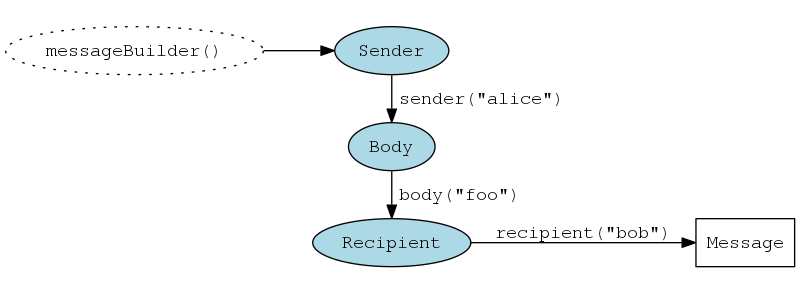
Above: dot/graph.png in jbock-java/zerobuilder (Graphviz), before the change. Its source is kept beside it as dot/graph.dot. Source of this version:
```dot
digraph G {
  rankdir = LR;
  graph [fontname = "courier"];
  node [fontname = "courier"];
  edge [fontname = "courier"];
  messageBuilder [label="messageBuilder()", shape=ellipse, style=dotted]
  Message [shape=box]
  subgraph cluster_chain {
    style=filled
    color=white
    Sender [style=filled, fillcolor=lightblue]
    Body [style=filled, fillcolor=lightblue]
    Recipient [style=filled, fillcolor=lightblue]
    edge[constraint = false]
    Sender -> Body    [label = "                   sender(\"alice\")"]
    Body -> Recipient [label = "               body(\"foo\")"]
  }
  messageBuilder -> Sender
  edge [constraint=true]
  Recipient -> Message [label = "recipient(\"bob\")"]
}
```
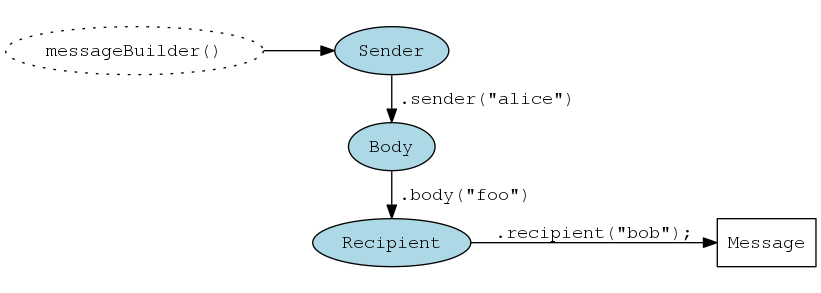
The same diagram one commit later.

Diff of the diagram source:
```diff
@@ -12,10 +12,10 @@
     Body [style=filled, fillcolor=lightblue]
     Recipient [style=filled, fillcolor=lightblue]
     edge[constraint = false]
-    Sender -> Body    [label = "                   sender(\"alice\")"]
-    Body -> Recipient [label = "               body(\"foo\")"]
+    Sender -> Body    [label = "                    .sender(\"alice\")"]
+    Body -> Recipient [label = "                .body(\"foo\")"]
   }
   messageBuilder -> Sender
   edge [constraint=true]
-  Recipient -> Message [label = "recipient(\"bob\")"]
+  Recipient -> Message [label = ".recipient(\"bob\");"]
 }
```
